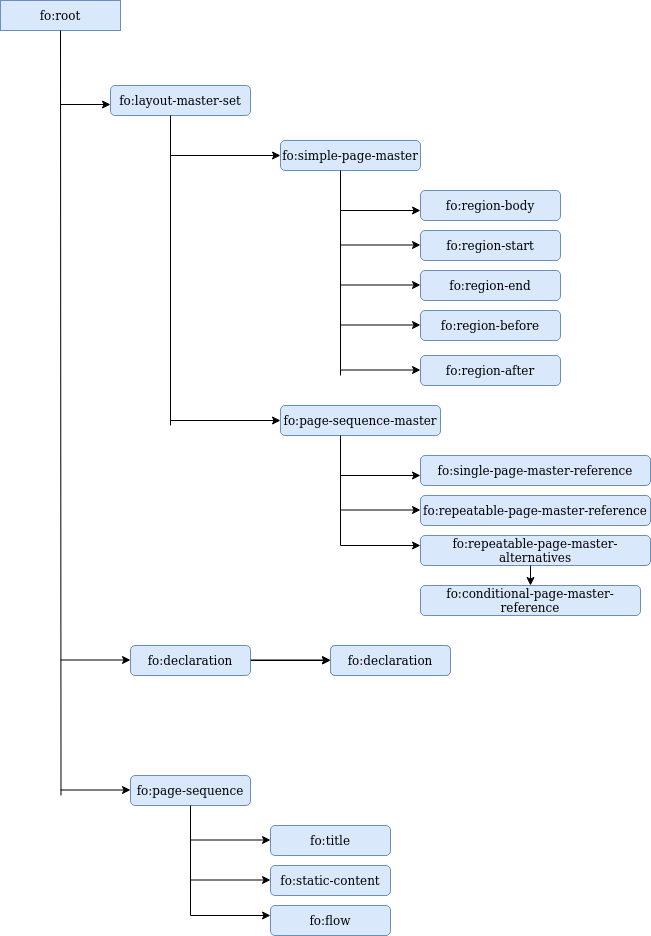
Earlier version of the draw.io export fo-struct.png (boyatbox/XSL-FO). Source tidied: cells renumbered, new cells last; positions are measured from the earlier drawing's top-left corner, leaving out a move shared by most shapes. Source of this version:
```xml
<mxGraphModel>
  <root>
    <mxCell id="0" />
    <mxCell id="1" parent="0" />
    <mxCell id="2" value="&lt;div&gt;fo:layout-master-set&lt;/div&gt;" style="rounded=1;whiteSpace=wrap;html=1;fillColor=#dae8fc;strokeColor=#6c8ebf;" parent="1" vertex="1">
      <mxGeometry x="110" y="85" width="140" height="30" as="geometry" />
    </mxCell>
    <mxCell id="3" value="fo:root" style="rounded=0;whiteSpace=wrap;html=1;fillColor=#dae8fc;strokeColor=#6c8ebf;" parent="1" vertex="1">
      <mxGeometry width="120" height="30" as="geometry" />
    </mxCell>
    <mxCell id="4" style="endArrow=classic;html=1;rounded=0;" parent="1" edge="1">
      <mxGeometry relative="1" as="geometry">
        <mxPoint x="60" y="104" as="sourcePoint" />
        <mxPoint x="110" y="104" as="targetPoint" />
      </mxGeometry>
    </mxCell>
    <mxCell id="5" style="endArrow=classic;html=1;rounded=0;" parent="1" edge="1">
      <mxGeometry relative="1" as="geometry">
        <mxPoint x="170" y="155" as="sourcePoint" />
        <mxPoint x="280" y="155" as="targetPoint" />
      </mxGeometry>
    </mxCell>
    <mxCell id="6" value="&lt;div&gt;fo:simple-page-master&lt;/div&gt;" style="rounded=1;whiteSpace=wrap;html=1;fillColor=#dae8fc;strokeColor=#6c8ebf;" parent="1" vertex="1">
      <mxGeometry x="280" y="140" width="140" height="30" as="geometry" />
    </mxCell>
    <mxCell id="7" style="endArrow=none;html=1;rounded=0;" parent="1" edge="1">
      <mxGeometry relative="1" as="geometry">
        <mxPoint x="340" y="375" as="sourcePoint" />
        <mxPoint x="340" y="170" as="targetPoint" />
      </mxGeometry>
    </mxCell>
    <mxCell id="8" style="endArrow=classic;html=1;rounded=0;" parent="1" edge="1">
      <mxGeometry relative="1" as="geometry">
        <mxPoint x="340" y="210" as="sourcePoint" />
        <mxPoint x="420" y="210" as="targetPoint" />
      </mxGeometry>
    </mxCell>
    <mxCell id="9" style="endArrow=classic;html=1;rounded=0;" parent="1" edge="1">
      <mxGeometry relative="1" as="geometry">
        <mxPoint x="340" y="244.5" as="sourcePoint" />
        <mxPoint x="420" y="244.5" as="targetPoint" />
      </mxGeometry>
    </mxCell>
    <mxCell id="10" style="endArrow=classic;html=1;rounded=0;" parent="1" edge="1">
      <mxGeometry relative="1" as="geometry">
        <mxPoint x="340" y="284.5" as="sourcePoint" />
        <mxPoint x="420" y="284.5" as="targetPoint" />
      </mxGeometry>
    </mxCell>
    <mxCell id="11" style="endArrow=classic;html=1;rounded=0;" parent="1" edge="1">
      <mxGeometry relative="1" as="geometry">
        <mxPoint x="340" y="324.5" as="sourcePoint" />
        <mxPoint x="420" y="324.5" as="targetPoint" />
      </mxGeometry>
    </mxCell>
    <mxCell id="12" style="endArrow=classic;html=1;rounded=0;" parent="1" edge="1">
      <mxGeometry relative="1" as="geometry">
        <mxPoint x="340" y="415" as="sourcePoint" />
        <mxPoint x="420" y="415" as="targetPoint" />
      </mxGeometry>
    </mxCell>
    <mxCell id="13" value="fo:region-body" style="rounded=1;whiteSpace=wrap;html=1;fillColor=#dae8fc;strokeColor=#6c8ebf;" parent="1" vertex="1">
      <mxGeometry x="420" y="190" width="140" height="30" as="geometry" />
    </mxCell>
    <mxCell id="14" value="&lt;div&gt;fo:region-start&lt;br&gt;&lt;/div&gt;" style="rounded=1;whiteSpace=wrap;html=1;fillColor=#dae8fc;strokeColor=#6c8ebf;" parent="1" vertex="1">
      <mxGeometry x="420" y="230" width="140" height="30" as="geometry" />
    </mxCell>
    <mxCell id="15" value="&lt;div&gt;fo:region-end&lt;/div&gt;" style="rounded=1;whiteSpace=wrap;html=1;fillColor=#dae8fc;strokeColor=#6c8ebf;" parent="1" vertex="1">
      <mxGeometry x="420" y="270" width="140" height="30" as="geometry" />
    </mxCell>
    <mxCell id="16" value="&lt;div&gt;fo:region-before&lt;/div&gt;" style="rounded=1;whiteSpace=wrap;html=1;fillColor=#dae8fc;strokeColor=#6c8ebf;" parent="1" vertex="1">
      <mxGeometry x="420" y="310" width="140" height="30" as="geometry" />
    </mxCell>
    <mxCell id="17" value="&lt;div&gt;fo:region-after&lt;/div&gt;" style="rounded=1;whiteSpace=wrap;html=1;fillColor=#dae8fc;strokeColor=#6c8ebf;" parent="1" vertex="1">
      <mxGeometry x="420" y="355" width="140" height="30" as="geometry" />
    </mxCell>
    <mxCell id="18" style="endArrow=none;html=1;rounded=0;" parent="1" edge="1">
      <mxGeometry relative="1" as="geometry">
        <mxPoint x="60.5" y="795" as="sourcePoint" />
        <mxPoint x="60" y="30" as="targetPoint" />
      </mxGeometry>
    </mxCell>
    <mxCell id="19" value="&lt;div&gt;fo:page-sequence-master&lt;/div&gt;" style="rounded=1;whiteSpace=wrap;html=1;fillColor=#dae8fc;strokeColor=#6c8ebf;" parent="1" vertex="1">
      <mxGeometry x="280" y="405" width="160" height="30" as="geometry" />
    </mxCell>
    <mxCell id="20" style="endArrow=none;html=1;rounded=0;" parent="1" edge="1">
      <mxGeometry relative="1" as="geometry">
        <mxPoint x="340" y="545" as="sourcePoint" />
        <mxPoint x="340" y="435" as="targetPoint" />
      </mxGeometry>
    </mxCell>
    <mxCell id="21" style="endArrow=classic;html=1;rounded=0;" parent="1" edge="1">
      <mxGeometry relative="1" as="geometry">
        <mxPoint x="340" y="475" as="sourcePoint" />
        <mxPoint x="420" y="475" as="targetPoint" />
      </mxGeometry>
    </mxCell>
    <mxCell id="22" style="endArrow=classic;html=1;rounded=0;" parent="1" edge="1">
      <mxGeometry relative="1" as="geometry">
        <mxPoint x="340" y="509.5" as="sourcePoint" />
        <mxPoint x="420" y="509.5" as="targetPoint" />
      </mxGeometry>
    </mxCell>
    <mxCell id="23" style="endArrow=classic;html=1;rounded=0;" parent="1" edge="1">
      <mxGeometry relative="1" as="geometry">
        <mxPoint x="340" y="545" as="sourcePoint" />
        <mxPoint x="420" y="545" as="targetPoint" />
      </mxGeometry>
    </mxCell>
    <mxCell id="24" value="fo:single-page-master-reference" style="rounded=1;whiteSpace=wrap;html=1;fillColor=#dae8fc;strokeColor=#6c8ebf;" parent="1" vertex="1">
      <mxGeometry x="420" y="455" width="230" height="30" as="geometry" />
    </mxCell>
    <mxCell id="25" value="&lt;div&gt;fo:repeatable-page-master-reference&lt;br&gt;&lt;/div&gt;" style="rounded=1;whiteSpace=wrap;html=1;fillColor=#dae8fc;strokeColor=#6c8ebf;" parent="1" vertex="1">
      <mxGeometry x="420" y="495" width="230" height="30" as="geometry" />
    </mxCell>
    <mxCell id="26" value="&lt;div&gt;fo:repeatable-page-master-alternatives&lt;/div&gt;" style="rounded=1;whiteSpace=wrap;html=1;fillColor=#dae8fc;strokeColor=#6c8ebf;" parent="1" vertex="1">
      <mxGeometry x="420" y="535" width="230" height="30" as="geometry" />
    </mxCell>
    <mxCell id="27" value="&lt;div&gt;fo:conditional-page-master-reference&lt;/div&gt;" style="rounded=1;whiteSpace=wrap;html=1;fillColor=#dae8fc;strokeColor=#6c8ebf;" parent="1" vertex="1">
      <mxGeometry x="420" y="585" width="220" height="30" as="geometry" />
    </mxCell>
    <mxCell id="28" style="endArrow=classic;html=1;rounded=0;" parent="1" edge="1">
      <mxGeometry relative="1" as="geometry">
        <mxPoint x="530" y="565" as="sourcePoint" />
        <mxPoint x="530" y="585" as="targetPoint" />
      </mxGeometry>
    </mxCell>
    <mxCell id="29" style="edgeStyle=orthogonalEdgeStyle;rounded=0;jettySize=auto;html=1;" parent="1" edge="1" source="30" target="34">
      <mxGeometry relative="1" as="geometry" />
    </mxCell>
    <mxCell id="30" value="fo:declaration" style="rounded=1;whiteSpace=wrap;html=1;fillColor=#dae8fc;strokeColor=#6c8ebf;" parent="1" vertex="1">
      <mxGeometry x="130" y="645" width="120" height="30" as="geometry" />
    </mxCell>
    <mxCell id="31" style="endArrow=classic;html=1;rounded=0;" parent="1" edge="1">
      <mxGeometry relative="1" as="geometry">
        <mxPoint x="60" y="659.5" as="sourcePoint" />
        <mxPoint x="130" y="659.5" as="targetPoint" />
      </mxGeometry>
    </mxCell>
    <mxCell id="32" style="endArrow=classic;html=1;rounded=0;" parent="1" edge="1">
      <mxGeometry relative="1" as="geometry">
        <mxPoint x="250" y="659.5" as="sourcePoint" />
        <mxPoint x="330" y="659.5" as="targetPoint" />
      </mxGeometry>
    </mxCell>
    <mxCell id="33" value="fo:color-profile" style="rounded=1;whiteSpace=wrap;html=1;fillColor=#dae8fc;strokeColor=#6c8ebf;" parent="1" vertex="1">
      <mxGeometry x="330" y="645" width="120" height="30" as="geometry" />
    </mxCell>
    <mxCell id="34" value="fo:declaration" style="rounded=1;whiteSpace=wrap;html=1;fillColor=#dae8fc;strokeColor=#6c8ebf;" parent="1" vertex="1">
      <mxGeometry x="330" y="645" width="120" height="30" as="geometry" />
    </mxCell>
    <mxCell id="35" value="fo:page-sequence" style="rounded=1;whiteSpace=wrap;html=1;fillColor=#dae8fc;strokeColor=#6c8ebf;" parent="1" vertex="1">
      <mxGeometry x="130" y="775" width="120" height="30" as="geometry" />
    </mxCell>
    <mxCell id="36" style="endArrow=classic;html=1;rounded=0;" parent="1" edge="1">
      <mxGeometry relative="1" as="geometry">
        <mxPoint x="60" y="789.5" as="sourcePoint" />
        <mxPoint x="130" y="789.5" as="targetPoint" />
      </mxGeometry>
    </mxCell>
    <mxCell id="37" style="endArrow=none;html=1;rounded=0;" parent="1" edge="1">
      <mxGeometry relative="1" as="geometry">
        <mxPoint x="190" y="915" as="sourcePoint" />
        <mxPoint x="190" y="805" as="targetPoint" />
      </mxGeometry>
    </mxCell>
    <mxCell id="38" style="endArrow=classic;html=1;rounded=0;" parent="1" edge="1">
      <mxGeometry relative="1" as="geometry">
        <mxPoint x="190" y="839.5" as="sourcePoint" />
        <mxPoint x="270" y="839.5" as="targetPoint" />
      </mxGeometry>
    </mxCell>
    <mxCell id="39" style="endArrow=classic;html=1;rounded=0;" parent="1" edge="1">
      <mxGeometry relative="1" as="geometry">
        <mxPoint x="190" y="879.5" as="sourcePoint" />
        <mxPoint x="270" y="879.5" as="targetPoint" />
      </mxGeometry>
    </mxCell>
    <mxCell id="40" style="endArrow=classic;html=1;rounded=0;" parent="1" edge="1">
      <mxGeometry relative="1" as="geometry">
        <mxPoint x="190" y="915" as="sourcePoint" />
        <mxPoint x="270" y="915" as="targetPoint" />
      </mxGeometry>
    </mxCell>
    <mxCell id="41" value="fo:title" style="rounded=1;whiteSpace=wrap;html=1;fillColor=#dae8fc;strokeColor=#6c8ebf;" parent="1" vertex="1">
      <mxGeometry x="270" y="825" width="120" height="30" as="geometry" />
    </mxCell>
    <mxCell id="42" value="fo:static-content" style="rounded=1;whiteSpace=wrap;html=1;fillColor=#dae8fc;strokeColor=#6c8ebf;" parent="1" vertex="1">
      <mxGeometry x="270" y="865" width="120" height="30" as="geometry" />
    </mxCell>
    <mxCell id="43" value="fo:flow" style="rounded=1;whiteSpace=wrap;html=1;fillColor=#dae8fc;strokeColor=#6c8ebf;" parent="1" vertex="1">
      <mxGeometry x="270" y="905" width="120" height="30" as="geometry" />
    </mxCell>
    <mxCell id="44" style="endArrow=none;html=1;rounded=0;endSize=6;startSize=6;targetPerimeterSpacing=0;" parent="1" edge="1">
      <mxGeometry relative="1" as="geometry">
        <mxPoint x="170" y="425" as="sourcePoint" />
        <mxPoint x="170" y="115" as="targetPoint" />
      </mxGeometry>
    </mxCell>
    <mxCell id="45" style="endArrow=classic;html=1;rounded=0;entryX=0;entryY=0.5;entryDx=0;entryDy=0;" parent="1" edge="1" target="19">
      <mxGeometry relative="1" as="geometry">
        <mxPoint x="170" y="420" as="sourcePoint" />
      </mxGeometry>
    </mxCell>
    <mxCell id="46" style="endArrow=classic;html=1;rounded=0;" parent="1" edge="1">
      <mxGeometry relative="1" as="geometry">
        <mxPoint x="340" y="369.5" as="sourcePoint" />
        <mxPoint x="420" y="369.5" as="targetPoint" />
      </mxGeometry>
    </mxCell>
  </root>
</mxGraphModel>
```
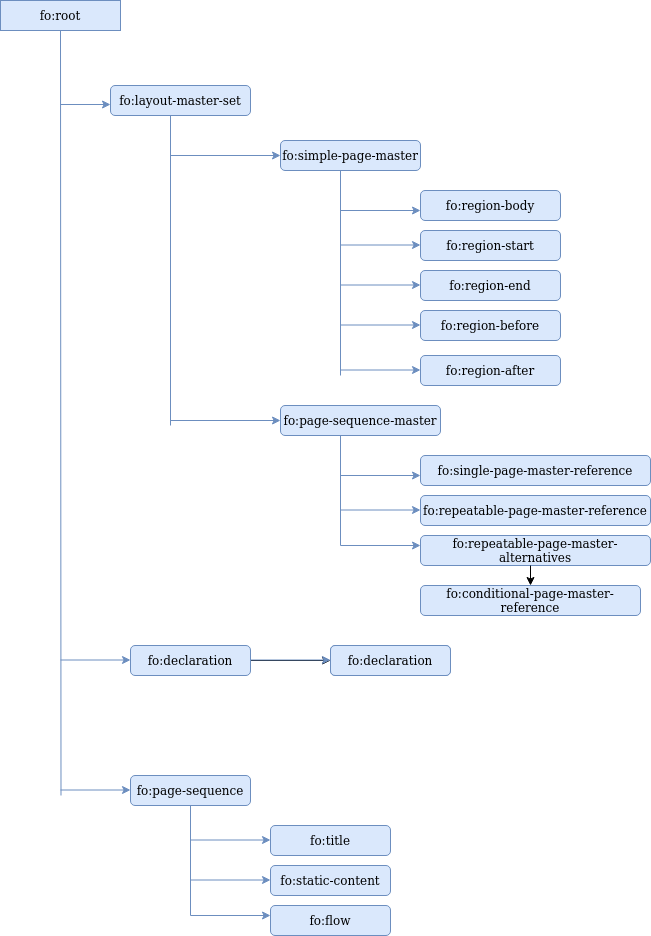
Above is the later version.

The edit, as a diff of the source:
```diff
@@ -8,13 +8,13 @@
     <mxCell id="3" value="fo:root" style="rounded=0;whiteSpace=wrap;html=1;fillColor=#dae8fc;strokeColor=#6c8ebf;" parent="1" vertex="1">
       <mxGeometry width="120" height="30" as="geometry" />
     </mxCell>
-    <mxCell id="4" style="endArrow=classic;html=1;rounded=0;" parent="1" edge="1">
+    <mxCell id="4" style="endArrow=classic;html=1;rounded=0;fillColor=#dae8fc;strokeColor=#6c8ebf;" parent="1" edge="1">
       <mxGeometry relative="1" as="geometry">
         <mxPoint x="60" y="104" as="sourcePoint" />
         <mxPoint x="110" y="104" as="targetPoint" />
       </mxGeometry>
     </mxCell>
-    <mxCell id="5" style="endArrow=classic;html=1;rounded=0;" parent="1" edge="1">
+    <mxCell id="5" style="endArrow=classic;html=1;rounded=0;fillColor=#dae8fc;strokeColor=#6c8ebf;" parent="1" edge="1">
       <mxGeometry relative="1" as="geometry">
         <mxPoint x="170" y="155" as="sourcePoint" />
         <mxPoint x="280" y="155" as="targetPoint" />
@@ -23,31 +23,31 @@
     <mxCell id="6" value="&lt;div&gt;fo:simple-page-master&lt;/div&gt;" style="rounded=1;whiteSpace=wrap;html=1;fillColor=#dae8fc;strokeColor=#6c8ebf;" parent="1" vertex="1">
       <mxGeometry x="280" y="140" width="140" height="30" as="geometry" />
     </mxCell>
-    <mxCell id="7" style="endArrow=none;html=1;rounded=0;" parent="1" edge="1">
+    <mxCell id="7" style="endArrow=none;html=1;rounded=0;fillColor=#dae8fc;strokeColor=#6c8ebf;" parent="1" edge="1">
       <mxGeometry relative="1" as="geometry">
         <mxPoint x="340" y="375" as="sourcePoint" />
         <mxPoint x="340" y="170" as="targetPoint" />
       </mxGeometry>
     </mxCell>
-    <mxCell id="8" style="endArrow=classic;html=1;rounded=0;" parent="1" edge="1">
+    <mxCell id="8" style="endArrow=classic;html=1;rounded=0;fillColor=#dae8fc;strokeColor=#6c8ebf;" parent="1" edge="1">
       <mxGeometry relative="1" as="geometry">
         <mxPoint x="340" y="210" as="sourcePoint" />
         <mxPoint x="420" y="210" as="targetPoint" />
       </mxGeometry>
     </mxCell>
-    <mxCell id="9" style="endArrow=classic;html=1;rounded=0;" parent="1" edge="1">
+    <mxCell id="9" style="endArrow=classic;html=1;rounded=0;fillColor=#dae8fc;strokeColor=#6c8ebf;" parent="1" edge="1">
       <mxGeometry relative="1" as="geometry">
         <mxPoint x="340" y="244.5" as="sourcePoint" />
         <mxPoint x="420" y="244.5" as="targetPoint" />
       </mxGeometry>
     </mxCell>
-    <mxCell id="10" style="endArrow=classic;html=1;rounded=0;" parent="1" edge="1">
+    <mxCell id="10" style="endArrow=classic;html=1;rounded=0;fillColor=#dae8fc;strokeColor=#6c8ebf;" parent="1" edge="1">
       <mxGeometry relative="1" as="geometry">
         <mxPoint x="340" y="284.5" as="sourcePoint" />
         <mxPoint x="420" y="284.5" as="targetPoint" />
       </mxGeometry>
     </mxCell>
-    <mxCell id="11" style="endArrow=classic;html=1;rounded=0;" parent="1" edge="1">
+    <mxCell id="11" style="endArrow=classic;html=1;rounded=0;fillColor=#dae8fc;strokeColor=#6c8ebf;" parent="1" edge="1">
       <mxGeometry relative="1" as="geometry">
         <mxPoint x="340" y="324.5" as="sourcePoint" />
         <mxPoint x="420" y="324.5" as="targetPoint" />
@@ -74,7 +74,7 @@
     <mxCell id="17" value="&lt;div&gt;fo:region-after&lt;/div&gt;" style="rounded=1;whiteSpace=wrap;html=1;fillColor=#dae8fc;strokeColor=#6c8ebf;" parent="1" vertex="1">
       <mxGeometry x="420" y="355" width="140" height="30" as="geometry" />
     </mxCell>
-    <mxCell id="18" style="endArrow=none;html=1;rounded=0;" parent="1" edge="1">
+    <mxCell id="18" style="endArrow=none;html=1;rounded=0;fillColor=#dae8fc;strokeColor=#6c8ebf;" parent="1" edge="1">
       <mxGeometry relative="1" as="geometry">
         <mxPoint x="60.5" y="795" as="sourcePoint" />
         <mxPoint x="60" y="30" as="targetPoint" />
@@ -83,25 +83,25 @@
     <mxCell id="19" value="&lt;div&gt;fo:page-sequence-master&lt;/div&gt;" style="rounded=1;whiteSpace=wrap;html=1;fillColor=#dae8fc;strokeColor=#6c8ebf;" parent="1" vertex="1">
       <mxGeometry x="280" y="405" width="160" height="30" as="geometry" />
     </mxCell>
-    <mxCell id="20" style="endArrow=none;html=1;rounded=0;" parent="1" edge="1">
+    <mxCell id="20" style="endArrow=none;html=1;rounded=0;fillColor=#dae8fc;strokeColor=#6c8ebf;" parent="1" edge="1">
       <mxGeometry relative="1" as="geometry">
         <mxPoint x="340" y="545" as="sourcePoint" />
         <mxPoint x="340" y="435" as="targetPoint" />
       </mxGeometry>
     </mxCell>
-    <mxCell id="21" style="endArrow=classic;html=1;rounded=0;" parent="1" edge="1">
+    <mxCell id="21" style="endArrow=classic;html=1;rounded=0;fillColor=#dae8fc;strokeColor=#6c8ebf;" parent="1" edge="1">
       <mxGeometry relative="1" as="geometry">
         <mxPoint x="340" y="475" as="sourcePoint" />
         <mxPoint x="420" y="475" as="targetPoint" />
       </mxGeometry>
     </mxCell>
-    <mxCell id="22" style="endArrow=classic;html=1;rounded=0;" parent="1" edge="1">
+    <mxCell id="22" style="endArrow=classic;html=1;rounded=0;fillColor=#dae8fc;strokeColor=#6c8ebf;" parent="1" edge="1">
       <mxGeometry relative="1" as="geometry">
         <mxPoint x="340" y="509.5" as="sourcePoint" />
         <mxPoint x="420" y="509.5" as="targetPoint" />
       </mxGeometry>
     </mxCell>
-    <mxCell id="23" style="endArrow=classic;html=1;rounded=0;" parent="1" edge="1">
+    <mxCell id="23" style="endArrow=classic;html=1;rounded=0;fillColor=#dae8fc;strokeColor=#6c8ebf;" parent="1" edge="1">
       <mxGeometry relative="1" as="geometry">
         <mxPoint x="340" y="545" as="sourcePoint" />
         <mxPoint x="420" y="545" as="targetPoint" />
@@ -131,13 +131,13 @@
     <mxCell id="30" value="fo:declaration" style="rounded=1;whiteSpace=wrap;html=1;fillColor=#dae8fc;strokeColor=#6c8ebf;" parent="1" vertex="1">
       <mxGeometry x="130" y="645" width="120" height="30" as="geometry" />
     </mxCell>
-    <mxCell id="31" style="endArrow=classic;html=1;rounded=0;" parent="1" edge="1">
+    <mxCell id="31" style="endArrow=classic;html=1;rounded=0;fillColor=#dae8fc;strokeColor=#6c8ebf;" parent="1" edge="1">
       <mxGeometry relative="1" as="geometry">
         <mxPoint x="60" y="659.5" as="sourcePoint" />
         <mxPoint x="130" y="659.5" as="targetPoint" />
       </mxGeometry>
     </mxCell>
-    <mxCell id="32" style="endArrow=classic;html=1;rounded=0;" parent="1" edge="1">
+    <mxCell id="32" style="endArrow=classic;html=1;rounded=0;fillColor=#dae8fc;strokeColor=#6c8ebf;" parent="1" edge="1">
       <mxGeometry relative="1" as="geometry">
         <mxPoint x="250" y="659.5" as="sourcePoint" />
         <mxPoint x="330" y="659.5" as="targetPoint" />
@@ -152,31 +152,31 @@
     <mxCell id="35" value="fo:page-sequence" style="rounded=1;whiteSpace=wrap;html=1;fillColor=#dae8fc;strokeColor=#6c8ebf;" parent="1" vertex="1">
       <mxGeometry x="130" y="775" width="120" height="30" as="geometry" />
     </mxCell>
-    <mxCell id="36" style="endArrow=classic;html=1;rounded=0;" parent="1" edge="1">
+    <mxCell id="36" style="endArrow=classic;html=1;rounded=0;fillColor=#dae8fc;strokeColor=#6c8ebf;" parent="1" edge="1">
       <mxGeometry relative="1" as="geometry">
         <mxPoint x="60" y="789.5" as="sourcePoint" />
         <mxPoint x="130" y="789.5" as="targetPoint" />
       </mxGeometry>
     </mxCell>
-    <mxCell id="37" style="endArrow=none;html=1;rounded=0;" parent="1" edge="1">
+    <mxCell id="37" style="endArrow=none;html=1;rounded=0;fillColor=#dae8fc;strokeColor=#6c8ebf;" parent="1" edge="1">
       <mxGeometry relative="1" as="geometry">
         <mxPoint x="190" y="915" as="sourcePoint" />
         <mxPoint x="190" y="805" as="targetPoint" />
       </mxGeometry>
     </mxCell>
-    <mxCell id="38" style="endArrow=classic;html=1;rounded=0;" parent="1" edge="1">
+    <mxCell id="38" style="endArrow=classic;html=1;rounded=0;fillColor=#dae8fc;strokeColor=#6c8ebf;" parent="1" edge="1">
       <mxGeometry relative="1" as="geometry">
         <mxPoint x="190" y="839.5" as="sourcePoint" />
         <mxPoint x="270" y="839.5" as="targetPoint" />
       </mxGeometry>
     </mxCell>
-    <mxCell id="39" style="endArrow=classic;html=1;rounded=0;" parent="1" edge="1">
+    <mxCell id="39" style="endArrow=classic;html=1;rounded=0;fillColor=#dae8fc;strokeColor=#6c8ebf;" parent="1" edge="1">
       <mxGeometry relative="1" as="geometry">
         <mxPoint x="190" y="879.5" as="sourcePoint" />
         <mxPoint x="270" y="879.5" as="targetPoint" />
       </mxGeometry>
     </mxCell>
-    <mxCell id="40" style="endArrow=classic;html=1;rounded=0;" parent="1" edge="1">
+    <mxCell id="40" style="endArrow=classic;html=1;rounded=0;fillColor=#dae8fc;strokeColor=#6c8ebf;" parent="1" edge="1">
       <mxGeometry relative="1" as="geometry">
         <mxPoint x="190" y="915" as="sourcePoint" />
         <mxPoint x="270" y="915" as="targetPoint" />
@@ -191,18 +191,18 @@
     <mxCell id="43" value="fo:flow" style="rounded=1;whiteSpace=wrap;html=1;fillColor=#dae8fc;strokeColor=#6c8ebf;" parent="1" vertex="1">
       <mxGeometry x="270" y="905" width="120" height="30" as="geometry" />
     </mxCell>
-    <mxCell id="44" style="endArrow=none;html=1;rounded=0;endSize=6;startSize=6;targetPerimeterSpacing=0;" parent="1" edge="1">
+    <mxCell id="44" style="endArrow=none;html=1;rounded=0;endSize=6;startSize=6;targetPerimeterSpacing=0;fillColor=#dae8fc;strokeColor=#6c8ebf;" parent="1" edge="1">
       <mxGeometry relative="1" as="geometry">
         <mxPoint x="170" y="425" as="sourcePoint" />
         <mxPoint x="170" y="115" as="targetPoint" />
       </mxGeometry>
     </mxCell>
-    <mxCell id="45" style="endArrow=classic;html=1;rounded=0;entryX=0;entryY=0.5;entryDx=0;entryDy=0;" parent="1" edge="1" target="19">
+    <mxCell id="45" style="endArrow=classic;html=1;rounded=0;entryX=0;entryY=0.5;entryDx=0;entryDy=0;fillColor=#dae8fc;strokeColor=#6c8ebf;" parent="1" edge="1" target="19">
       <mxGeometry relative="1" as="geometry">
         <mxPoint x="170" y="420" as="sourcePoint" />
       </mxGeometry>
     </mxCell>
-    <mxCell id="46" style="endArrow=classic;html=1;rounded=0;" parent="1" edge="1">
+    <mxCell id="46" style="endArrow=classic;html=1;rounded=0;fillColor=#dae8fc;strokeColor=#6c8ebf;" parent="1" edge="1">
       <mxGeometry relative="1" as="geometry">
         <mxPoint x="340" y="369.5" as="sourcePoint" />
         <mxPoint x="420" y="369.5" as="targetPoint" />
```
